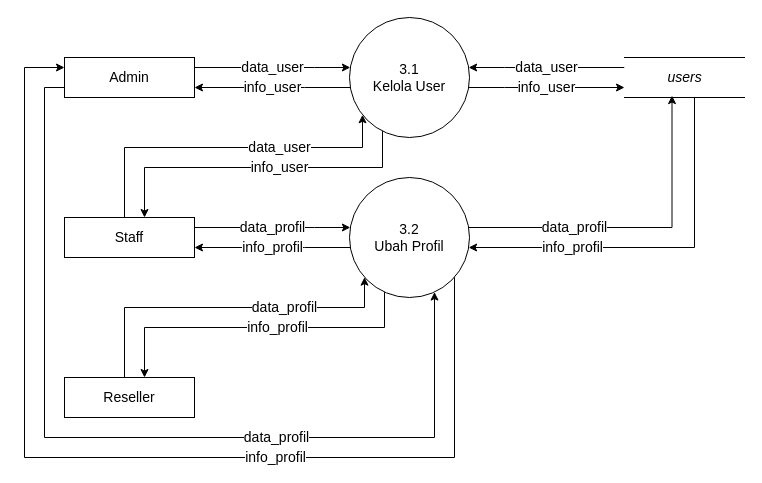
FarrelArrahman/si_manajemen_reseller keeps this draw.io diagram as laporan/DFD/DFD Level 1 User.drawio. Above is the earlier version. Source tidied: cells renumbered, new cells numbered last; positions are measured from the earlier drawing's top-left corner, leaving out a move shared by most shapes. Both pictures are drawn from the tidied source at 100%, with x=0, y=0 at pixel (24, 17).
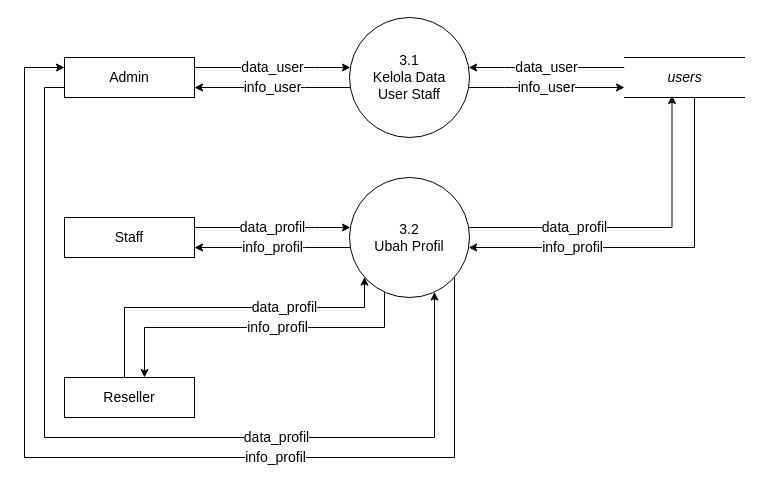
After the change.

Unchanged cells that the change refers to:
```xml
<mxCell id="13" value="Staff" style="rounded=0;whiteSpace=wrap;html=1;fontSize=14;" parent="1" vertex="1">
  <mxGeometry x="40" y="200" width="130" height="40" as="geometry" />
</mxCell>
```

Change to the diagram source:
```diff
@@
-    <mxCell id="2" value="&lt;font style=&quot;font-size: 14px&quot;&gt;3.1&lt;br style=&quot;font-size: 14px&quot;&gt;Kelola User&lt;br style=&quot;font-size: 14px&quot;&gt;&lt;/font&gt;" style="ellipse;whiteSpace=wrap;html=1;fontSize=14;" parent="1" vertex="1">
+    <mxCell id="2" value="&lt;font style=&quot;font-size: 14px&quot;&gt;3.1&lt;br style=&quot;font-size: 14px&quot;&gt;Kelola Data &lt;br&gt;User Staff&lt;br style=&quot;font-size: 14px&quot;&gt;&lt;/font&gt;" style="ellipse;whiteSpace=wrap;html=1;fontSize=14;" parent="1" vertex="1">
       <mxGeometry x="325" width="120" height="120" as="geometry" />
     </mxCell>
@@
-    <mxCell id="20" value="data_user" style="edgeStyle=orthogonalEdgeStyle;rounded=0;jettySize=auto;html=1;fontSize=14;" parent="1" edge="1" source="13" target="2">
-      <mxGeometry x="0.32" relative="1" as="geometry">
-        <Array as="points">
-          <mxPoint x="100" y="130" />
-          <mxPoint x="338" y="130" />
-        </Array>
-      </mxGeometry>
-    </mxCell>
-    <mxCell id="21" value="info_user" style="edgeStyle=orthogonalEdgeStyle;rounded=0;jettySize=auto;html=1;fontSize=14;" parent="1" edge="1" source="2" target="13">
-      <mxGeometry x="-0.14" relative="1" as="geometry">
-        <Array as="points">
-          <mxPoint x="358" y="150" />
-          <mxPoint x="120" y="150" />
-        </Array>
-      </mxGeometry>
-    </mxCell>
```
